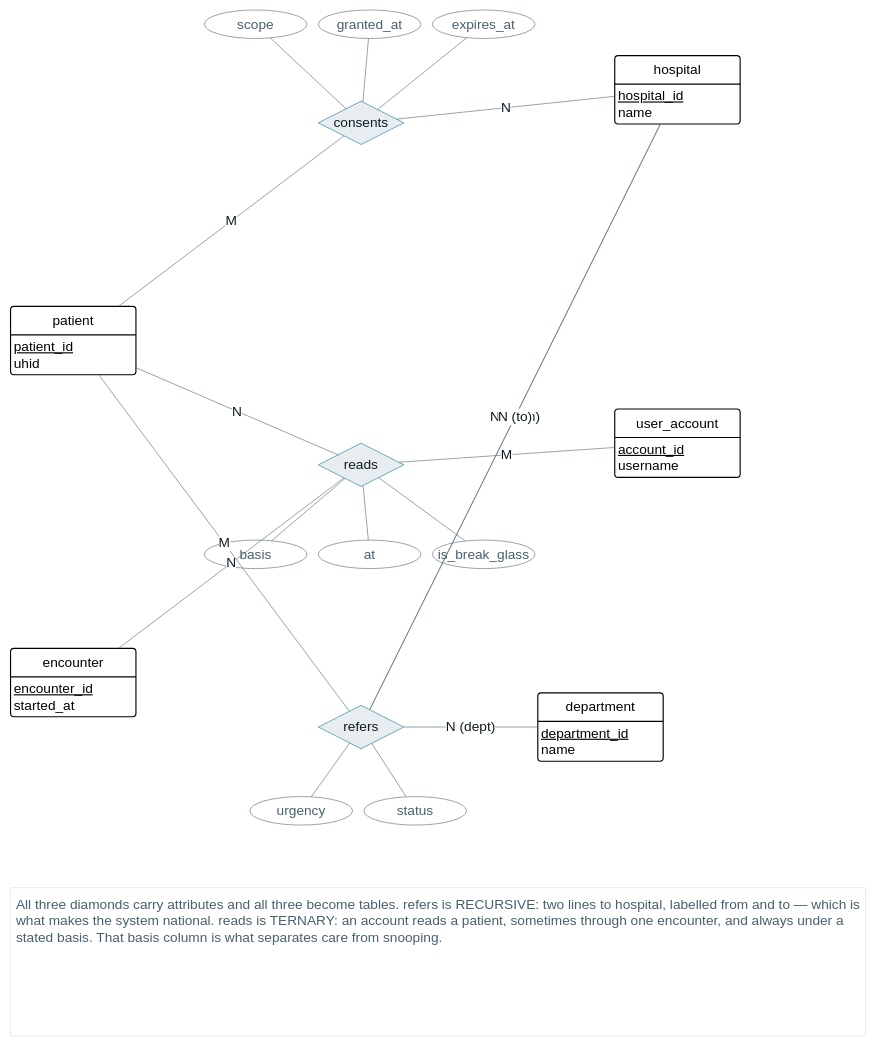
NoboIshraque/hospital-management-system keeps this draw.io diagram as page "5 · Consent, audit & referral" (5 of 6) of docs/er-diagrams/uhid-er-chen-boxed.drawio. Above is the earlier version. Source tidied: cells renumbered, new cells numbered last; positions are measured from the earlier drawing's top-left corner, leaving out a move shared by most shapes. Both pictures are drawn from the tidied source at 57%, with x=0, y=0 at pixel (10, 10).
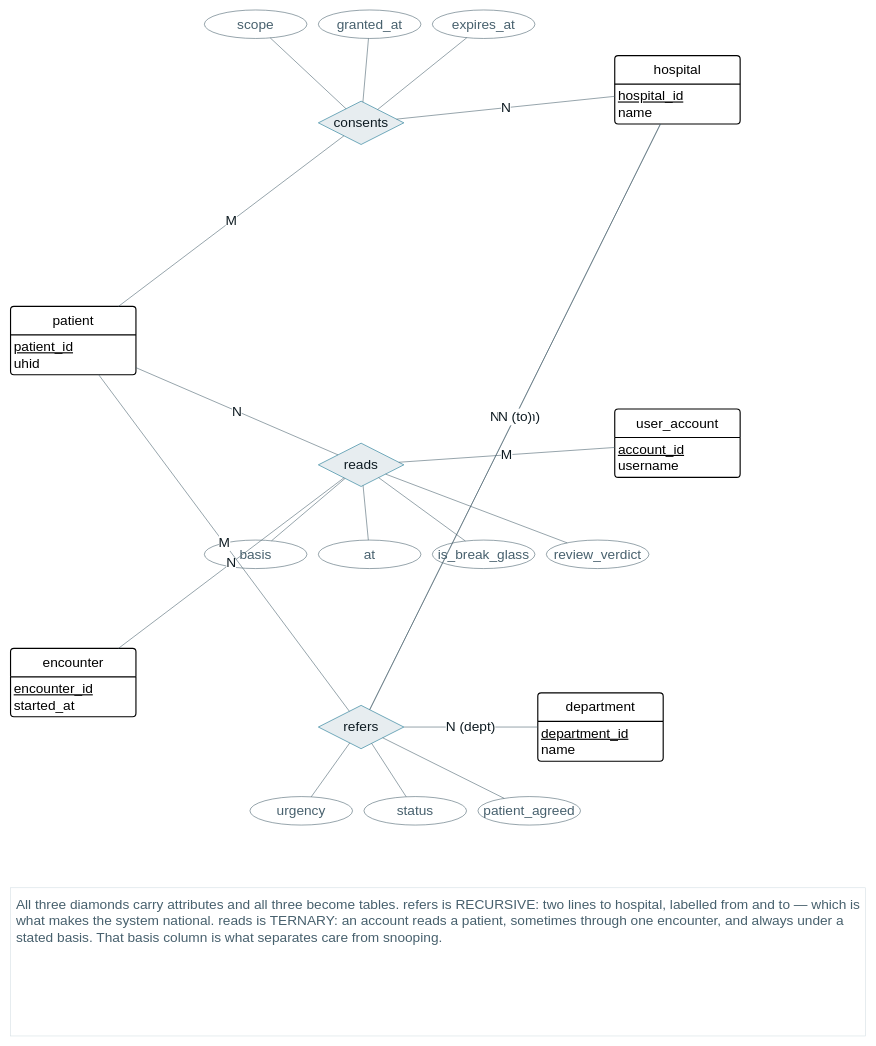
The same diagram, later.

The change refers to these unchanged cells:
```xml
<mxCell id="11" value="reads" style="rhombus;whiteSpace=wrap;html=1;fillColor=#E7EDF0;strokeColor=#0E6E8C;fontColor=#0E1B22;fontSize=24;" parent="1" vertex="1">
  <mxGeometry x="540" y="760" width="150" height="76" as="geometry" />
</mxCell>
<mxCell id="12" value="refers" style="rhombus;whiteSpace=wrap;html=1;fillColor=#E7EDF0;strokeColor=#0E6E8C;fontColor=#0E1B22;fontSize=24;" parent="1" vertex="1">
  <mxGeometry x="540" y="1220" width="150" height="76" as="geometry" />
</mxCell>
```

What changed in the source:
```diff
@@
+    <mxCell id="41" value="review_verdict" style="ellipse;whiteSpace=wrap;html=1;fillColor=#FFFFFF;strokeColor=#47606D;fontColor=#47606D;fontSize=24;" parent="1" vertex="1">
+      <mxGeometry x="940" y="930" width="180" height="50" as="geometry" />
+    </mxCell>
+    <mxCell id="42" style="edgeStyle=none;html=1;endArrow=none;startArrow=none;strokeColor=#47606D;" parent="1" edge="1" source="41" target="11">
+      <mxGeometry relative="1" as="geometry" />
+    </mxCell>
+    <mxCell id="43" value="patient_agreed" style="ellipse;whiteSpace=wrap;html=1;fillColor=#FFFFFF;strokeColor=#47606D;fontColor=#47606D;fontSize=24;" parent="1" vertex="1">
+      <mxGeometry x="820" y="1380" width="180" height="50" as="geometry" />
+    </mxCell>
+    <mxCell id="44" style="edgeStyle=none;html=1;endArrow=none;startArrow=none;strokeColor=#47606D;" parent="1" edge="1" source="43" target="12">
+      <mxGeometry relative="1" as="geometry" />
+    </mxCell>
```
